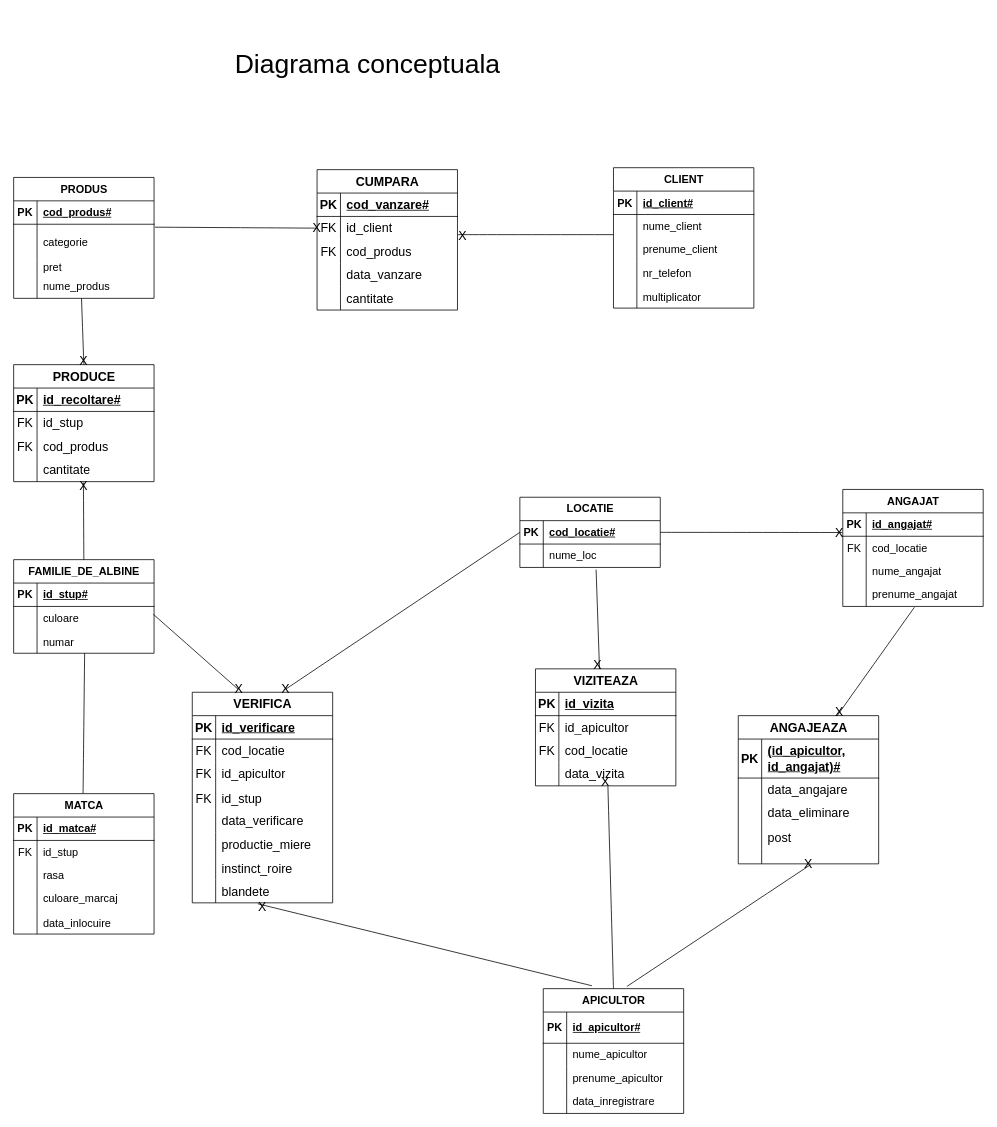
The draw.io diagram page "Page-1" (1 of 2) of Diagramă fără titlu.drawio in Matoka26/DataBase-Stupina, before the edit. Source tidied: cells renumbered, new cells numbered last; positions are measured from the earlier drawing's top-left corner, leaving out a move shared by most shapes. Both pictures are drawn from the tidied source at 78%, with x=0, y=0 at pixel (13, 13).
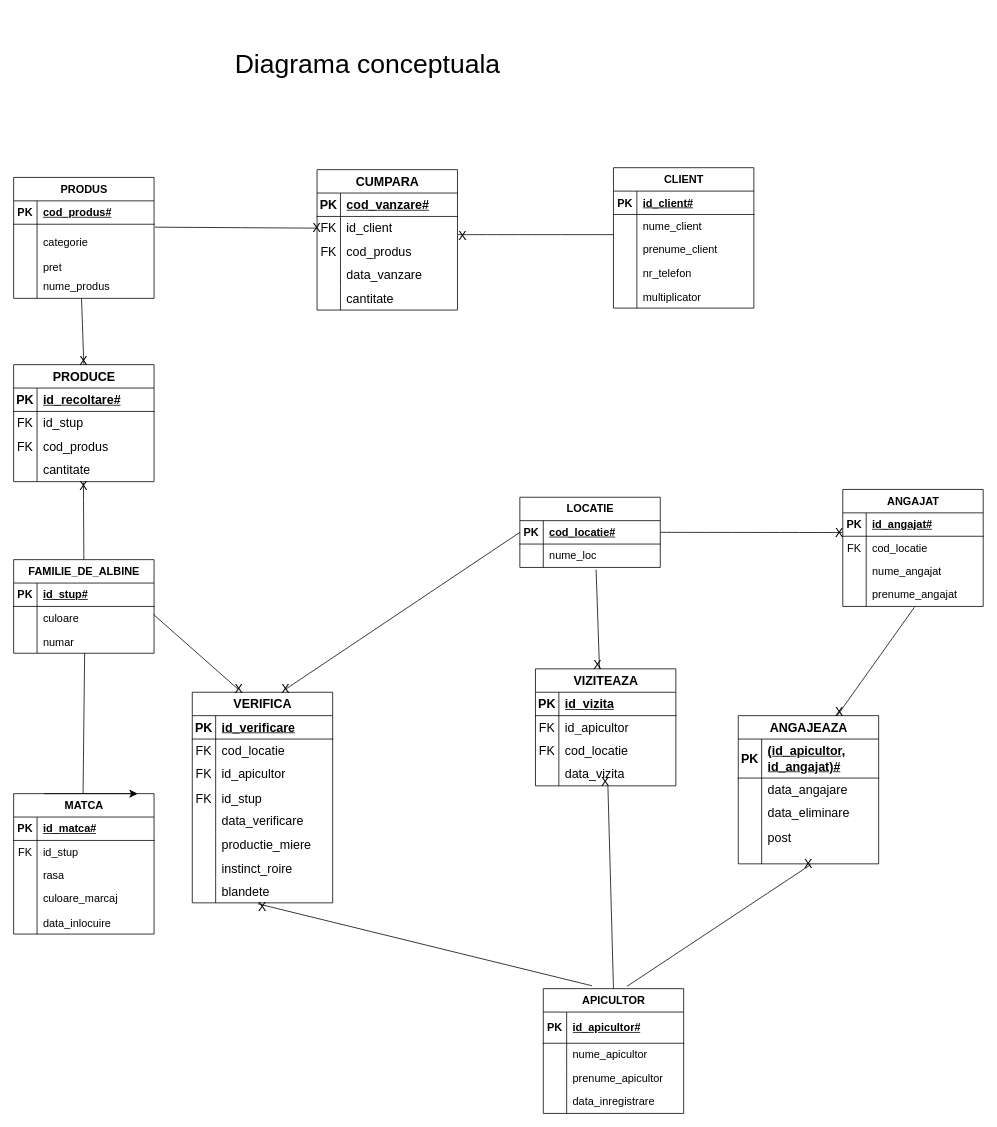
The same diagram, later.

Change to the diagram source:
```diff
@@
+    <mxCell id="201" style="edgeStyle=none;orthogonalLoop=1;jettySize=auto;html=1;rounded=0;fontSize=12;startSize=8;endSize=8;curved=1;" parent="1" edge="1">
+      <mxGeometry relative="1" as="geometry">
+        <mxPoint x="39" y="1000" as="sourcePoint" />
+        <mxPoint x="159" y="1000" as="targetPoint" />
+      </mxGeometry>
+    </mxCell>
```
